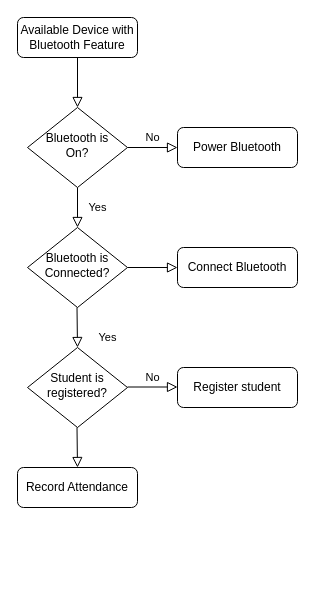
Above: Untitled Diagram.drawio in heroyoy/MyFirstProg (draw.io), before the change. Source tidied: cells renumbered, new cells numbered last; positions are measured from the earlier drawing's top-left corner, leaving out a move shared by most shapes. Both pictures are drawn from the tidied source at 100%, with x=0, y=0 at pixel (17, 17).
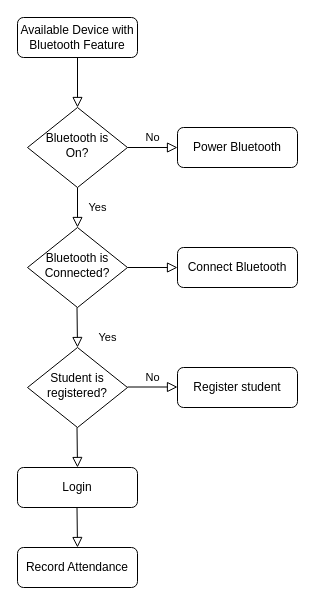
Above is the later version.

Commit message:
Bluetooth attendance flowchart Version 1.1

Diff of the diagram source:
```diff
@@
     <mxCell id="10" value="Record Attendance" style="rounded=1;whiteSpace=wrap;html=1;fontSize=12;glass=0;strokeWidth=1;shadow=0;" parent="1" vertex="1">
-      <mxGeometry y="450" width="120" height="40" as="geometry" />
+      <mxGeometry y="530" width="120" height="40" as="geometry" />
     </mxCell>
@@
+    <mxCell id="18" value="Login" style="rounded=1;whiteSpace=wrap;html=1;fontSize=12;glass=0;strokeWidth=1;shadow=0;" parent="1" vertex="1">
+      <mxGeometry y="450" width="120" height="40" as="geometry" />
+    </mxCell>
+    <mxCell id="19" style="endArrow=block;html=1;rounded=0;endFill=0;endSize=8;" parent="1" edge="1">
+      <mxGeometry relative="1" as="geometry">
+        <mxPoint x="59.5" y="490" as="sourcePoint" />
+        <mxPoint x="60" y="530" as="targetPoint" />
+      </mxGeometry>
+    </mxCell>
```
